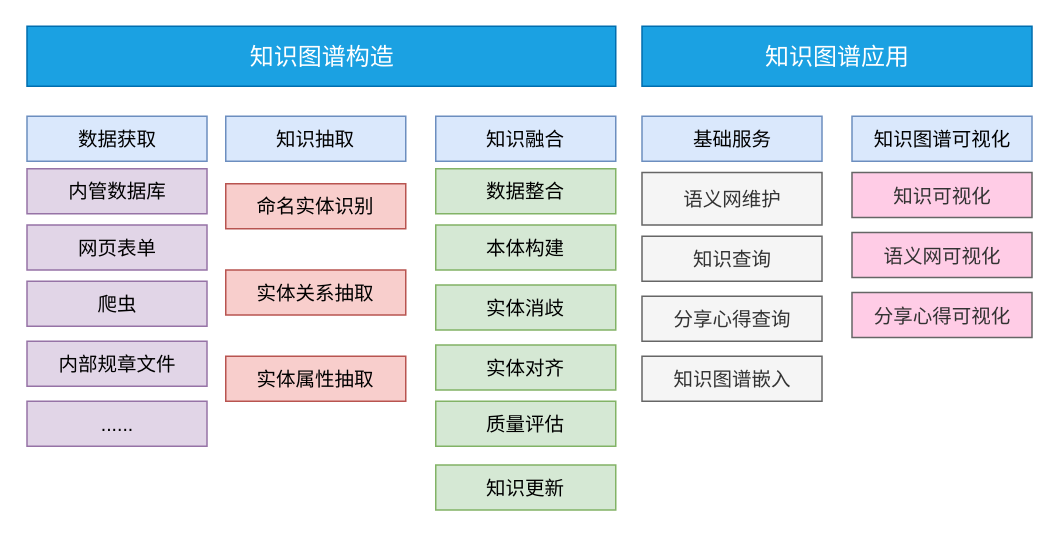
Earlier version of the draw.io diagram page "模块图" (5 of 5) of YCKG_architecture.drawio (1009351456/Anonymous). Source tidied: cells renumbered, new cells numbered last; positions are measured from the earlier drawing's top-left corner, leaving out a move shared by most shapes. Both pictures are drawn from the tidied source at 150%, with x=0, y=0 at pixel (27, 26).
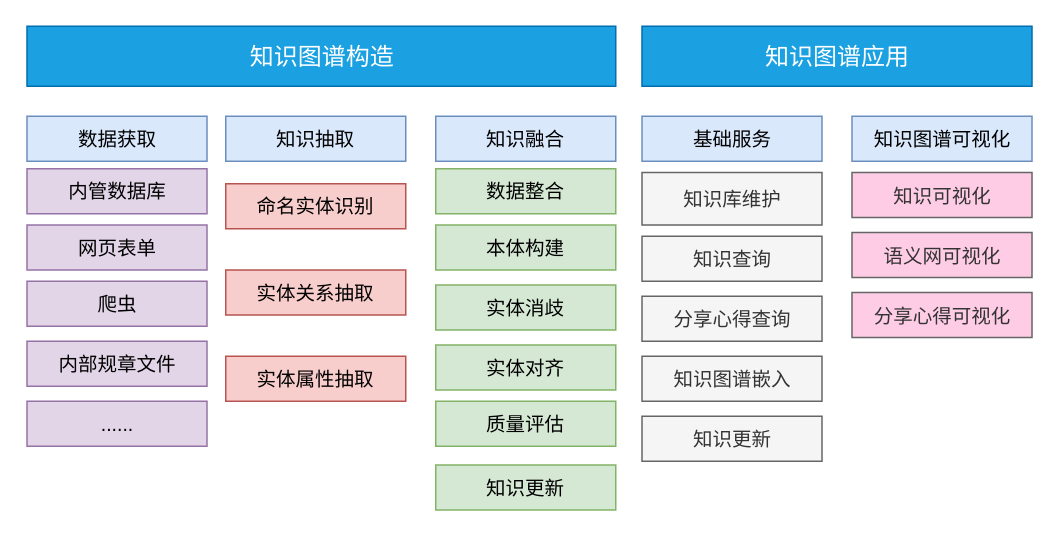
After the change.

What changed in the source:
```diff
@@
-    <mxCell id="19" value="语义网维护" style="rounded=0;whiteSpace=wrap;html=1;fontSize=13;fillColor=#f5f5f5;strokeColor=#666666;fontColor=#333333;" parent="1" vertex="1">
+    <mxCell id="19" value="知识库维护" style="rounded=0;whiteSpace=wrap;html=1;fontSize=13;fillColor=#f5f5f5;strokeColor=#666666;fontColor=#333333;" parent="1" vertex="1">
       <mxGeometry x="409.5" y="97.5" width="120" height="35" as="geometry" />
     </mxCell>
@@
+    <mxCell id="30" value="知识更新" style="rounded=0;whiteSpace=wrap;html=1;fontSize=13;fillColor=#f5f5f5;strokeColor=#666666;fontColor=#333333;" parent="1" vertex="1">
+      <mxGeometry x="409.5" y="260" width="120" height="30" as="geometry" />
+    </mxCell>
```
